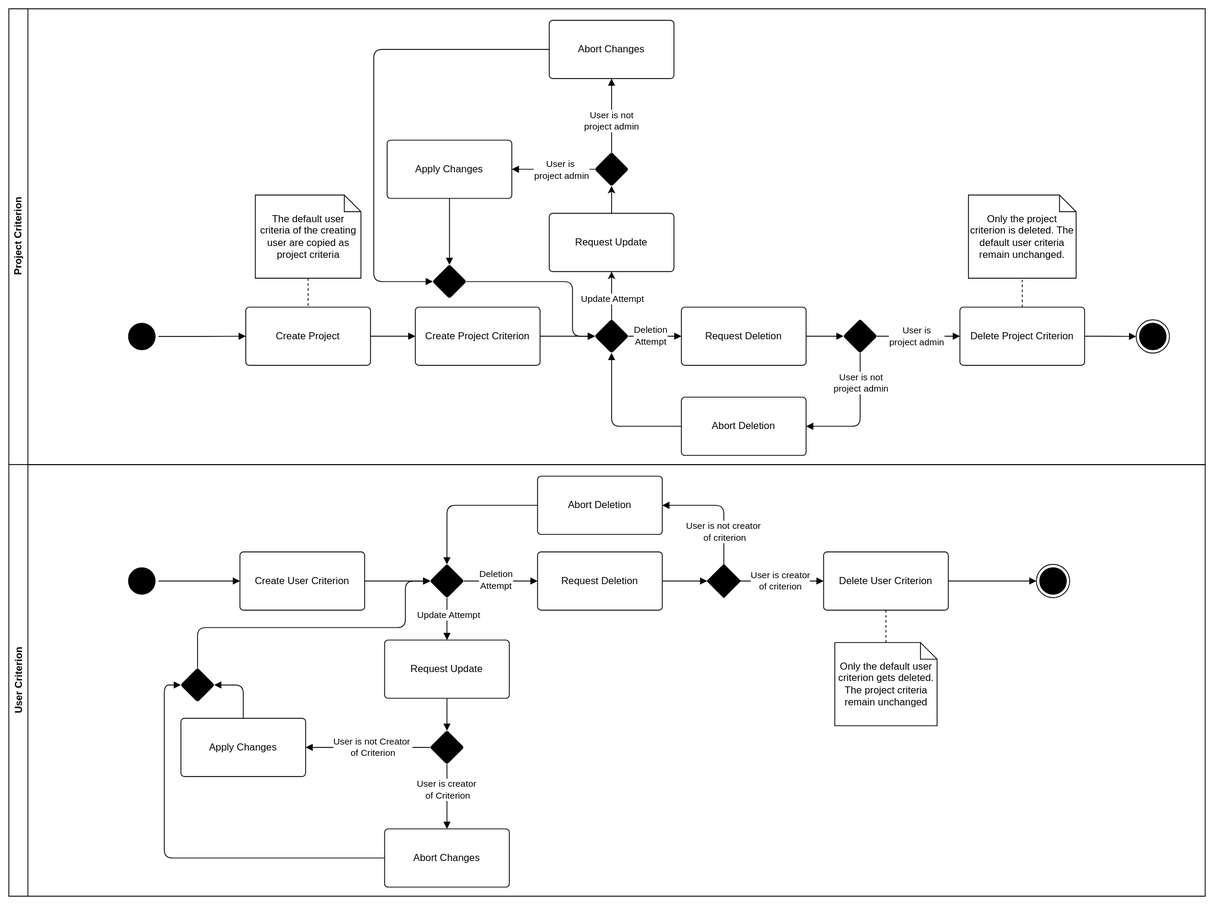
Above: wiki/assets/snowballr-criterion-lifecycle.svg in SE-UUlm/snowballr (draw.io), before the change. Source tidied: cells renumbered, new cells last; positions are measured from the earlier drawing's top-left corner, leaving out a move shared by most shapes.
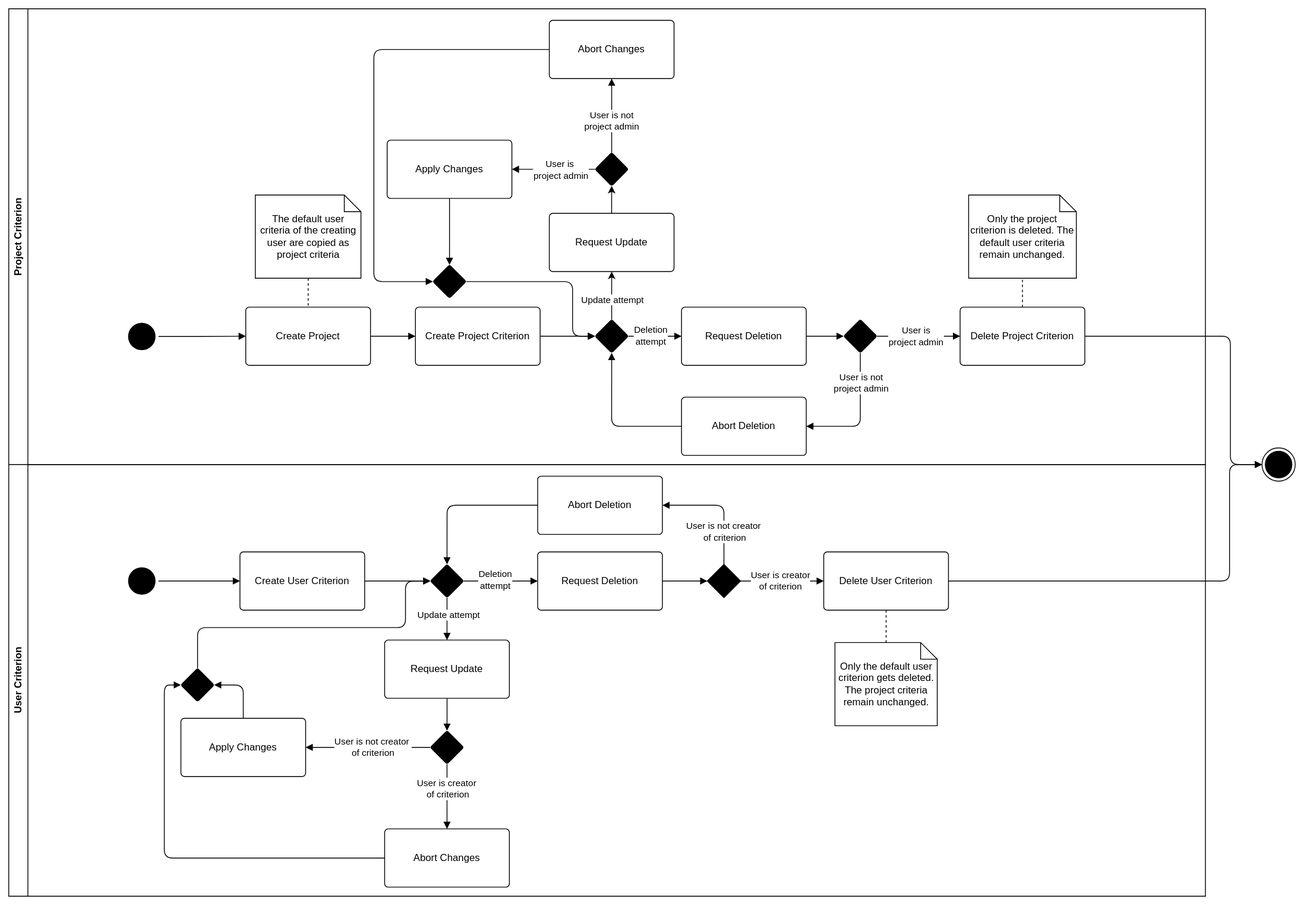
Above is the later version.

Diff of the diagram source:
```diff
@@ -25,13 +25,13 @@
     <mxCell id="8" style="edgeStyle=orthogonalEdgeStyle;rounded=0;jettySize=auto;html=1;endArrow=block;endFill=1;" parent="1" edge="1" source="12" target="19">
       <mxGeometry relative="1" as="geometry" />
     </mxCell>
-    <mxCell id="9" value="Update Attempt" style="edgeLabel;html=1;align=center;verticalAlign=middle;" parent="8" vertex="1">
+    <mxCell id="9" value="Update attempt" style="edgeLabel;html=1;align=center;verticalAlign=middle;" parent="8" vertex="1">
       <mxGeometry x="-0.22" y="1" relative="1" as="geometry" />
     </mxCell>
     <mxCell id="10" style="edgeStyle=orthogonalEdgeStyle;rounded=0;jettySize=auto;html=1;entryX=0;entryY=0.5;entryDx=0;entryDy=0;endArrow=block;endFill=1;" parent="1" edge="1" source="12" target="22">
       <mxGeometry relative="1" as="geometry" />
     </mxCell>
-    <mxCell id="11" value="Deletion&lt;div&gt;Attempt&lt;/div&gt;" style="edgeLabel;html=1;align=center;verticalAlign=middle;" parent="10" vertex="1">
+    <mxCell id="11" value="Deletion&lt;div&gt;attempt&lt;/div&gt;" style="edgeLabel;html=1;align=center;verticalAlign=middle;" parent="10" vertex="1">
       <mxGeometry x="-0.19" y="-2" relative="1" as="geometry">
         <mxPoint x="2" y="-4" as="offset" />
       </mxGeometry>
@@ -42,13 +42,13 @@
     <mxCell id="13" style="edgeStyle=orthogonalEdgeStyle;rounded=1;jettySize=auto;html=1;entryX=0;entryY=0.5;entryDx=0;entryDy=0;curved=0;endArrow=block;endFill=1;" parent="1" edge="1" source="17" target="67">
       <mxGeometry relative="1" as="geometry" />
     </mxCell>
-    <mxCell id="14" value="Deletion&lt;div&gt;Attempt&lt;/div&gt;" style="edgeLabel;html=1;align=center;verticalAlign=middle;" parent="13" vertex="1">
+    <mxCell id="14" value="Deletion&lt;div&gt;attempt&lt;/div&gt;" style="edgeLabel;html=1;align=center;verticalAlign=middle;" parent="13" vertex="1">
       <mxGeometry x="-0.19" y="1" relative="1" as="geometry" />
     </mxCell>
     <mxCell id="15" style="edgeStyle=orthogonalEdgeStyle;rounded=0;jettySize=auto;html=1;entryX=0.5;entryY=1;entryDx=0;entryDy=0;" parent="1" edge="1" source="17" target="43">
       <mxGeometry relative="1" as="geometry" />
     </mxCell>
-    <mxCell id="16" value="Update Attempt" style="edgeLabel;html=1;align=center;verticalAlign=middle;" parent="15" vertex="1">
+    <mxCell id="16" value="Update attempt" style="edgeLabel;html=1;align=center;verticalAlign=middle;" parent="15" vertex="1">
       <mxGeometry x="-0.14" relative="1" as="geometry" />
     </mxCell>
     <mxCell id="17" style="rhombus;whiteSpace=wrap;html=1;fillColor=#000000;rounded=1;arcSize=5;" parent="1" vertex="1">
@@ -72,13 +72,13 @@
     <mxCell id="23" style="edgeStyle=orthogonalEdgeStyle;rounded=0;jettySize=auto;html=1;entryX=1;entryY=0.5;entryDx=0;entryDy=0;endArrow=block;endFill=1;" parent="1" edge="1" source="27" target="20">
       <mxGeometry relative="1" as="geometry" />
     </mxCell>
-    <mxCell id="24" value="User is not Creator&amp;nbsp;&lt;div&gt;of Criterion&lt;/div&gt;" style="edgeLabel;html=1;align=center;verticalAlign=middle;" parent="23" vertex="1">
+    <mxCell id="24" value="User is not creator&amp;nbsp;&lt;div&gt;of criterion&lt;/div&gt;" style="edgeLabel;html=1;align=center;verticalAlign=middle;" parent="23" vertex="1">
       <mxGeometry x="-0.07" y="-1" relative="1" as="geometry" />
     </mxCell>
     <mxCell id="25" style="edgeStyle=orthogonalEdgeStyle;rounded=0;jettySize=auto;html=1;entryX=0.5;entryY=0;entryDx=0;entryDy=0;endArrow=block;endFill=1;" parent="1" edge="1" source="27" target="28">
       <mxGeometry relative="1" as="geometry" />
     </mxCell>
-    <mxCell id="26" value="User is creator&amp;nbsp;&lt;div&gt;of Criterion&lt;/div&gt;" style="edgeLabel;html=1;align=center;verticalAlign=middle;" parent="25" vertex="1">
+    <mxCell id="26" value="User is creator&amp;nbsp;&lt;div&gt;of criterion&lt;/div&gt;" style="edgeLabel;html=1;align=center;verticalAlign=middle;" parent="25" vertex="1">
       <mxGeometry x="-0.21" relative="1" as="geometry">
         <mxPoint y="-1" as="offset" />
       </mxGeometry>
@@ -128,8 +128,13 @@
     <mxCell id="37" style="rhombus;whiteSpace=wrap;html=1;fillColor=#000000;rounded=1;arcSize=0;" parent="1" vertex="1">
       <mxGeometry x="840" y="668" width="40" height="40" as="geometry" />
     </mxCell>
-    <mxCell id="38" style="edgeStyle=orthogonalEdgeStyle;rounded=1;jettySize=auto;html=1;curved=0;entryX=0;entryY=0.5;entryDx=0;entryDy=0;endArrow=block;endFill=1;" parent="1" edge="1" source="39" target="73">
-      <mxGeometry relative="1" as="geometry" />
+    <mxCell id="38" style="edgeStyle=orthogonalEdgeStyle;rounded=1;jettySize=auto;html=1;curved=0;entryX=0;entryY=0.5;entryDx=0;entryDy=0;endArrow=block;endFill=1;" parent="1" edge="1" source="39" target="65">
+      <mxGeometry relative="1" as="geometry">
+        <Array as="points">
+          <mxPoint x="1468" y="688" />
+          <mxPoint x="1468" y="548" />
+        </Array>
+      </mxGeometry>
     </mxCell>
     <mxCell id="39" value="Delete User Criterion" style="rounded=1;whiteSpace=wrap;html=1;arcSize=6;" parent="1" vertex="1">
       <mxGeometry x="980" y="653" width="150" height="70" as="geometry" />
@@ -174,7 +179,12 @@
       <mxGeometry relative="1" as="geometry" />
     </mxCell>
     <mxCell id="51" style="edgeStyle=orthogonalEdgeStyle;rounded=1;jettySize=auto;html=1;curved=0;entryX=0;entryY=0.5;entryDx=0;entryDy=0;endArrow=block;endFill=1;" parent="1" edge="1" source="52" target="65">
-      <mxGeometry relative="1" as="geometry" />
+      <mxGeometry relative="1" as="geometry">
+        <Array as="points">
+          <mxPoint x="1469" y="394" />
+          <mxPoint x="1469" y="548" />
+        </Array>
+      </mxGeometry>
     </mxCell>
     <mxCell id="52" value="Delete Project Criterion" style="rounded=1;whiteSpace=wrap;html=1;arcSize=6;" parent="1" vertex="1">
       <mxGeometry x="1144" y="358.7" width="150" height="70" as="geometry" />
@@ -225,9 +235,6 @@
     <mxCell id="64" value="Project Criterion" style="swimlane;horizontal=0;whiteSpace=wrap;html=1;" parent="1" vertex="1">
       <mxGeometry width="1439" height="548" as="geometry" />
     </mxCell>
-    <mxCell id="65" style="ellipse;html=1;shape=endState;fillColor=#000000;strokeColor=#000000;" parent="64" vertex="1">
-      <mxGeometry x="1356" y="374" width="40" height="40" as="geometry" />
-    </mxCell>
     <mxCell id="66" value="CC" style="ellipse;html=1;shape=startState;fillColor=#000000;strokeColor=#000000;margin=4;spacing=2;" parent="64" vertex="1">
       <mxGeometry x="140" y="374" width="40" height="40" as="geometry" />
     </mxCell>
@@ -249,10 +256,7 @@
     <mxCell id="72" value="CC" style="ellipse;html=1;shape=startState;fillColor=#000000;strokeColor=#000000;margin=4;spacing=2;" parent="71" vertex="1">
       <mxGeometry x="140" y="120" width="40" height="40" as="geometry" />
     </mxCell>
-    <mxCell id="73" style="ellipse;html=1;shape=endState;fillColor=#000000;strokeColor=#000000;" parent="71" vertex="1">
-      <mxGeometry x="1236" y="120" width="40" height="40" as="geometry" />
-    </mxCell>
-    <mxCell id="74" value="Only the default user criterion gets deleted. The project criteria remain unchanged" style="shape=note;size=20;whiteSpace=wrap;html=1;" parent="71" vertex="1">
+    <mxCell id="74" value="Only the default user criterion gets deleted. The project criteria remain unchanged." style="shape=note;size=20;whiteSpace=wrap;html=1;" parent="71" vertex="1">
       <mxGeometry x="993.5" y="214" width="123" height="100" as="geometry" />
     </mxCell>
     <mxCell id="75" style="edgeStyle=orthogonalEdgeStyle;rounded=0;jettySize=auto;html=1;entryX=0;entryY=0.5;entryDx=0;entryDy=0;endArrow=block;endFill=1;" parent="1" edge="1" source="66" target="5">
@@ -270,5 +274,8 @@
     <mxCell id="79" style="endArrow=none;dashed=1;html=1;rounded=0;entryX=0.5;entryY=1;entryDx=0;entryDy=0;entryPerimeter=0;exitX=0.5;exitY=0;exitDx=0;exitDy=0;" parent="1" edge="1" source="52" target="70">
       <mxGeometry relative="1" as="geometry" />
     </mxCell>
+    <mxCell id="65" style="ellipse;html=1;shape=endState;fillColor=#000000;strokeColor=#000000;" parent="1" vertex="1">
+      <mxGeometry x="1507" y="528" width="40" height="40" as="geometry" />
+    </mxCell>
   </root>
 </mxGraphModel>
```
